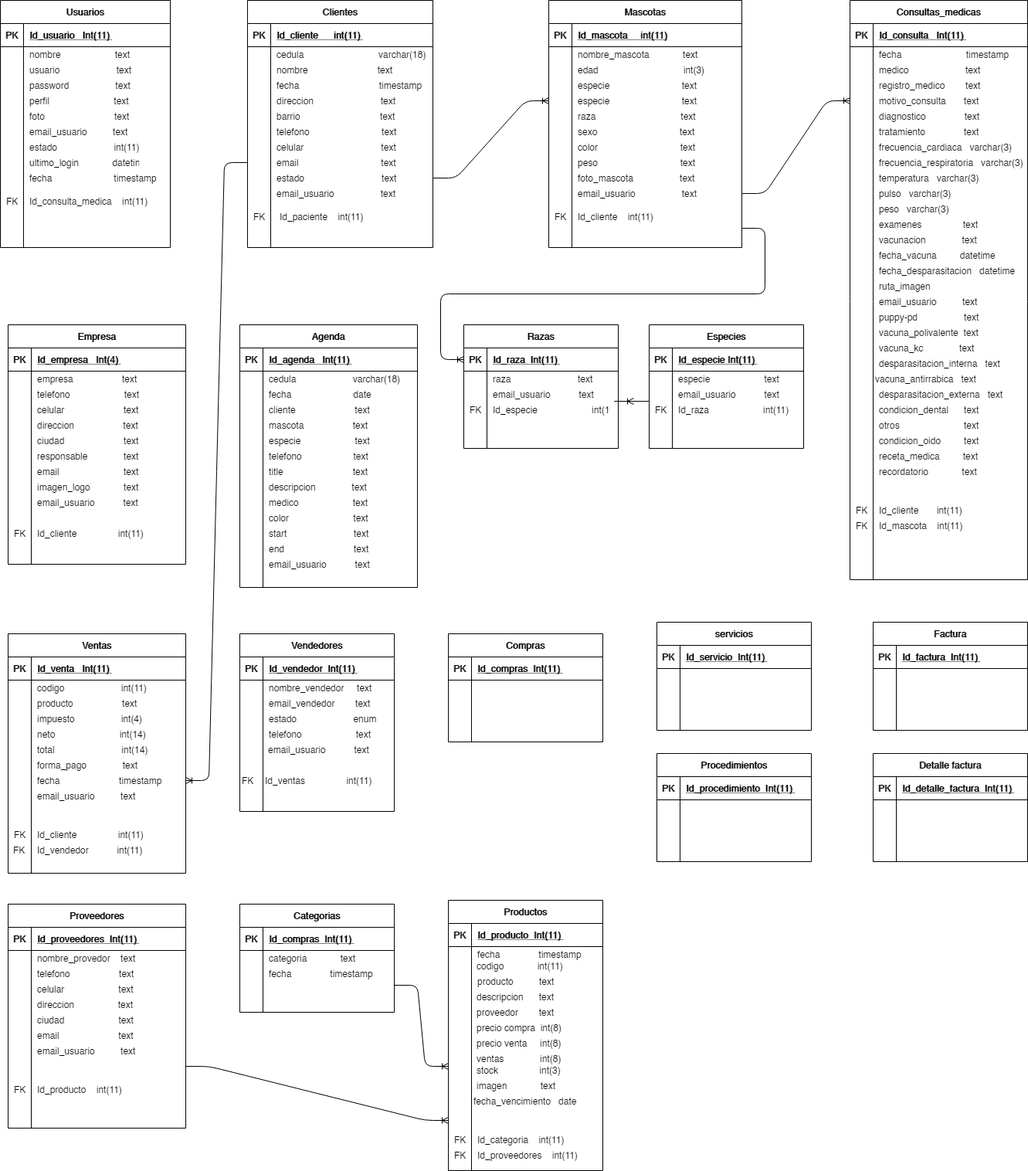
Before: Untitled Diagram.png, a diagram exported from draw.io (heberthm/ejemplos-blog). Source tidied: cells renumbered, new cells last; positions are measured from the earlier drawing's top-left corner, leaving out a move shared by most shapes.
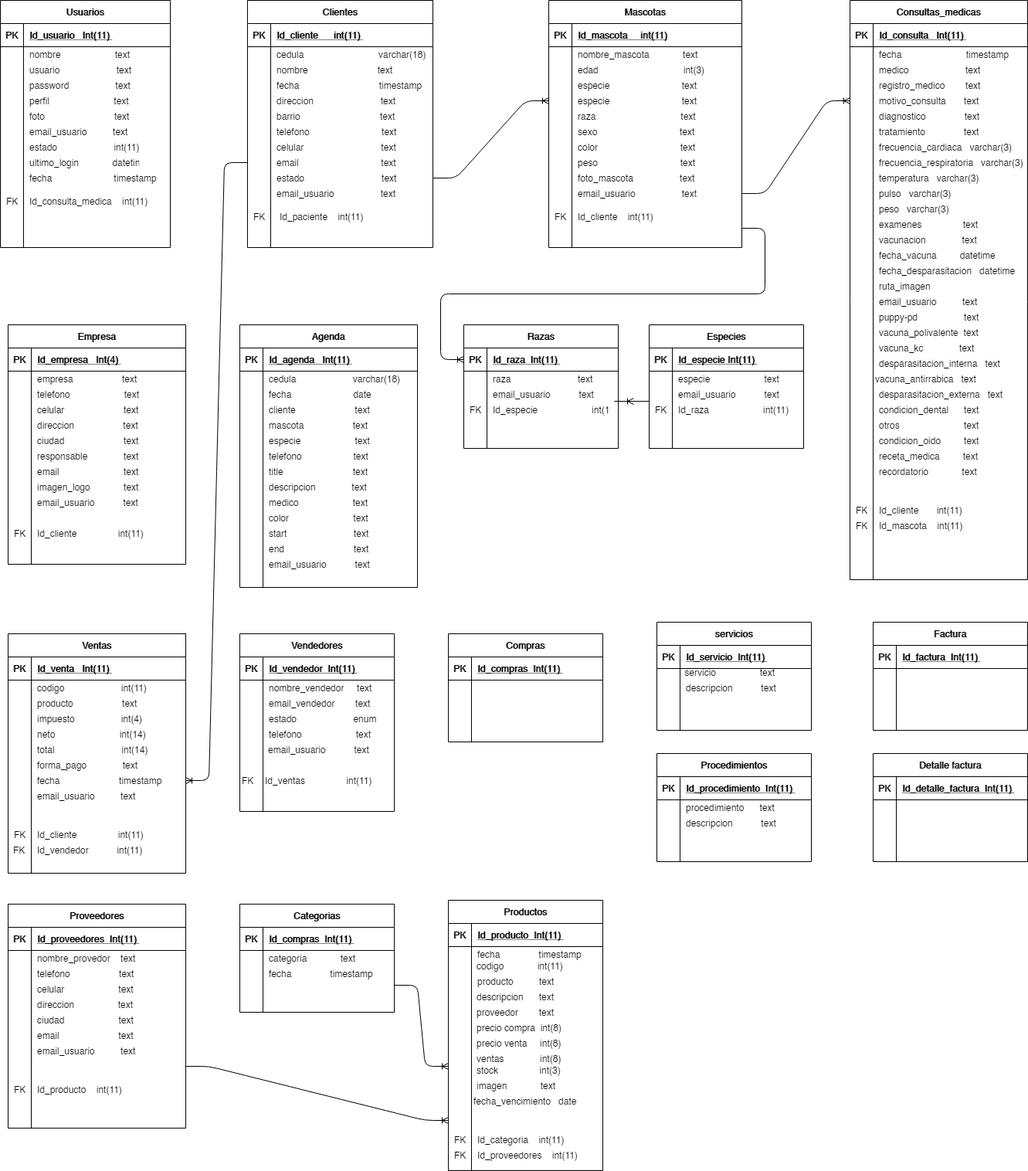
The same diagram one commit later.

The edit, as a diff of the source:
```diff
@@ -1083,5 +1083,17 @@
         <mxPoint x="580" y="1450" as="targetPoint" />
       </mxGeometry>
     </mxCell>
+    <mxCell id="359" value="descripcion           text" style="shape=partialRectangle;fillColor=none;top=0;left=0;bottom=0;right=0;align=left;spacingLeft=6;overflow=hidden;" parent="1" vertex="1">
+      <mxGeometry x="880" y="880" width="170" height="20" as="geometry" />
+    </mxCell>
+    <mxCell id="360" value=" servicio                 text" style="shape=partialRectangle;fillColor=none;top=0;left=0;bottom=0;right=0;align=left;spacingLeft=6;overflow=hidden;" parent="1" vertex="1">
+      <mxGeometry x="875" y="860" width="170" height="20" as="geometry" />
+    </mxCell>
+    <mxCell id="361" value="procedimiento      text" style="shape=partialRectangle;fillColor=none;top=0;left=0;bottom=0;right=0;align=left;spacingLeft=6;overflow=hidden;" parent="1" vertex="1">
+      <mxGeometry x="880" y="1035" width="170" height="20" as="geometry" />
+    </mxCell>
+    <mxCell id="362" value="descripcion           text" style="shape=partialRectangle;fillColor=none;top=0;left=0;bottom=0;right=0;align=left;spacingLeft=6;overflow=hidden;" parent="1" vertex="1">
+      <mxGeometry x="880" y="1055" width="170" height="20" as="geometry" />
+    </mxCell>
   </root>
 </mxGraphModel>
```
